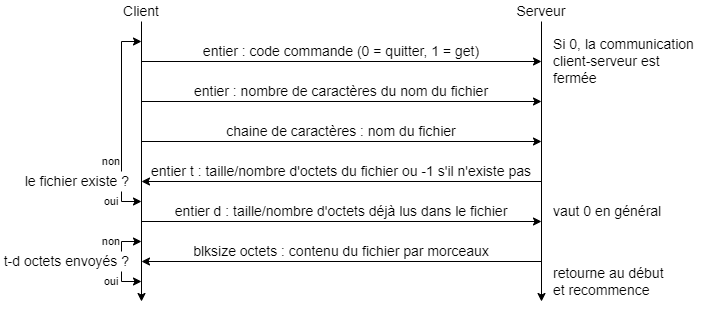
Above: protocolEtape2.drawio.png in Yalkann/ProjetFTP (draw.io), before the change. Source tidied: cells renumbered, new cells last; positions are measured from the earlier drawing's top-left corner, leaving out a move shared by most shapes. Its diagram source:
```xml
<mxGraphModel>
  <root>
    <mxCell id="0" />
    <mxCell id="1" parent="0" />
    <mxCell id="2" style="endArrow=none;html=1;rounded=0;entryX=0.5;entryY=1;entryDx=0;entryDy=0;endFill=0;startArrow=classic;startFill=1;" parent="1" edge="1" target="4">
      <mxGeometry relative="1" as="geometry">
        <mxPoint x="140" y="300" as="sourcePoint" />
        <Array as="points">
          <mxPoint x="140" y="300" />
        </Array>
      </mxGeometry>
    </mxCell>
    <mxCell id="3" style="endArrow=none;html=1;rounded=0;startArrow=classic;startFill=1;" parent="1" edge="1">
      <mxGeometry relative="1" as="geometry">
        <mxPoint x="540" y="300" as="sourcePoint" />
        <mxPoint x="540" y="20" as="targetPoint" />
      </mxGeometry>
    </mxCell>
    <mxCell id="4" value="&lt;font style=&quot;font-size: 14px;&quot;&gt;Client&lt;/font&gt;" style="text;html=1;strokeColor=none;fillColor=none;align=center;verticalAlign=middle;whiteSpace=wrap;rounded=0;fontSize=14;" parent="1" vertex="1">
      <mxGeometry x="110" width="60" height="20" as="geometry" />
    </mxCell>
    <mxCell id="5" value="&lt;font style=&quot;font-size: 14px;&quot;&gt;Serveur&lt;br style=&quot;font-size: 14px;&quot;&gt;&lt;/font&gt;" style="text;html=1;strokeColor=none;fillColor=none;align=center;verticalAlign=middle;whiteSpace=wrap;rounded=0;fontSize=14;" parent="1" vertex="1">
      <mxGeometry x="510" width="60" height="20" as="geometry" />
    </mxCell>
    <mxCell id="6" style="endArrow=classic;html=1;rounded=0;fontSize=14;" parent="1" edge="1">
      <mxGeometry relative="1" as="geometry">
        <mxPoint x="140" y="60" as="sourcePoint" />
        <mxPoint x="540" y="60" as="targetPoint" />
      </mxGeometry>
    </mxCell>
    <mxCell id="7" value="entier : code commande (0 = quitter, 1 = get)" style="text;html=1;strokeColor=none;fillColor=none;align=center;verticalAlign=middle;whiteSpace=wrap;rounded=0;fontSize=14;" parent="1" vertex="1">
      <mxGeometry x="140" y="40" width="400" height="20" as="geometry" />
    </mxCell>
    <mxCell id="8" style="endArrow=classic;html=1;rounded=0;fontSize=14;" parent="1" edge="1">
      <mxGeometry relative="1" as="geometry">
        <mxPoint x="140" y="100" as="sourcePoint" />
        <mxPoint x="540" y="100" as="targetPoint" />
      </mxGeometry>
    </mxCell>
    <mxCell id="9" value="entier : nombre de caractères du nom du fichier" style="text;html=1;strokeColor=none;fillColor=none;align=center;verticalAlign=middle;whiteSpace=wrap;rounded=0;fontSize=14;" parent="1" vertex="1">
      <mxGeometry x="140" y="80" width="400" height="20" as="geometry" />
    </mxCell>
    <mxCell id="10" style="endArrow=classic;html=1;rounded=0;fontSize=14;" parent="1" edge="1">
      <mxGeometry relative="1" as="geometry">
        <mxPoint x="140" y="140" as="sourcePoint" />
        <mxPoint x="540" y="140" as="targetPoint" />
      </mxGeometry>
    </mxCell>
    <mxCell id="11" value="chaine de caractères : nom du fichier" style="text;html=1;strokeColor=none;fillColor=none;align=center;verticalAlign=middle;whiteSpace=wrap;rounded=0;fontSize=14;" parent="1" vertex="1">
      <mxGeometry x="140" y="120" width="400" height="20" as="geometry" />
    </mxCell>
    <mxCell id="12" style="endArrow=classic;html=1;rounded=0;fontSize=14;" parent="1" edge="1">
      <mxGeometry relative="1" as="geometry">
        <mxPoint x="540" y="180" as="sourcePoint" />
        <mxPoint x="140" y="180" as="targetPoint" />
      </mxGeometry>
    </mxCell>
    <mxCell id="13" value="entier t : taille/nombre d'octets du fichier ou -1 s'il n'existe pas" style="text;html=1;strokeColor=none;fillColor=none;align=center;verticalAlign=middle;whiteSpace=wrap;rounded=0;fontSize=14;" parent="1" vertex="1">
      <mxGeometry x="140" y="160" width="400" height="20" as="geometry" />
    </mxCell>
    <mxCell id="14" style="endArrow=classic;html=1;rounded=0;fontSize=14;" parent="1" edge="1">
      <mxGeometry relative="1" as="geometry">
        <mxPoint x="540" y="260" as="sourcePoint" />
        <mxPoint x="140" y="260" as="targetPoint" />
      </mxGeometry>
    </mxCell>
    <mxCell id="15" value="le fichier existe ?" style="text;html=1;strokeColor=none;fillColor=none;align=right;verticalAlign=middle;whiteSpace=wrap;rounded=0;fontSize=14;" parent="1" vertex="1">
      <mxGeometry y="170" width="130" height="20" as="geometry" />
    </mxCell>
    <mxCell id="16" value="blksize octets : contenu du fichier par morceaux" style="text;html=1;strokeColor=none;fillColor=none;align=center;verticalAlign=middle;whiteSpace=wrap;rounded=0;fontSize=14;" parent="1" vertex="1">
      <mxGeometry x="140" y="240" width="400" height="20" as="geometry" />
    </mxCell>
    <mxCell id="17" style="endArrow=classic;html=1;rounded=0;fontSize=11;" parent="1" edge="1">
      <mxGeometry relative="1" as="geometry">
        <mxPoint x="140" y="220" as="sourcePoint" />
        <mxPoint x="540" y="220" as="targetPoint" />
      </mxGeometry>
    </mxCell>
    <mxCell id="18" style="endArrow=classic;html=1;rounded=0;fontSize=11;entryX=0;entryY=0;entryDx=0;entryDy=0;exitX=0.75;exitY=1;exitDx=0;exitDy=0;" parent="1" edge="1" source="19" target="7">
      <mxGeometry relative="1" as="geometry">
        <Array as="points">
          <mxPoint x="120" y="40" />
        </Array>
      </mxGeometry>
    </mxCell>
    <mxCell id="19" value="non" style="text;html=1;strokeColor=none;fillColor=none;align=center;verticalAlign=middle;whiteSpace=wrap;rounded=0;fontSize=11;" parent="1" vertex="1">
      <mxGeometry x="90" y="150" width="40" height="20" as="geometry" />
    </mxCell>
    <mxCell id="20" style="endArrow=classic;html=1;rounded=0;fontSize=11;entryX=0;entryY=0;entryDx=0;entryDy=0;exitX=0.75;exitY=0;exitDx=0;exitDy=0;" parent="1" edge="1" source="21" target="22">
      <mxGeometry relative="1" as="geometry">
        <Array as="points">
          <mxPoint x="120" y="200" />
        </Array>
      </mxGeometry>
    </mxCell>
    <mxCell id="21" value="oui" style="text;html=1;strokeColor=none;fillColor=none;align=center;verticalAlign=middle;whiteSpace=wrap;rounded=0;fontSize=11;" parent="1" vertex="1">
      <mxGeometry x="90" y="190" width="40" height="20" as="geometry" />
    </mxCell>
    <mxCell id="22" value="entier d : taille/nombre d'octets déjà lus dans le fichier" style="text;html=1;strokeColor=none;fillColor=none;align=center;verticalAlign=middle;whiteSpace=wrap;rounded=0;fontSize=14;" parent="1" vertex="1">
      <mxGeometry x="140" y="200" width="400" height="20" as="geometry" />
    </mxCell>
    <mxCell id="23" style="endArrow=classic;html=1;rounded=0;fontSize=11;exitX=0.75;exitY=0;exitDx=0;exitDy=0;" parent="1" edge="1" source="28">
      <mxGeometry relative="1" as="geometry">
        <mxPoint x="140" y="280" as="targetPoint" />
        <Array as="points">
          <mxPoint x="120" y="280" />
        </Array>
      </mxGeometry>
    </mxCell>
    <mxCell id="24" value="&lt;font style=&quot;font-size: 14px&quot;&gt;Si 0, la communication client-serveur est fermée&lt;/font&gt;" style="text;html=1;strokeColor=none;fillColor=none;align=left;verticalAlign=middle;whiteSpace=wrap;rounded=0;fontSize=14;" parent="1" vertex="1">
      <mxGeometry x="550" y="30" width="150" height="60" as="geometry" />
    </mxCell>
    <mxCell id="25" value="t-d octets envoyés ?" style="text;html=1;strokeColor=none;fillColor=none;align=right;verticalAlign=middle;whiteSpace=wrap;rounded=0;fontSize=14;" parent="1" vertex="1">
      <mxGeometry y="250" width="130" height="20" as="geometry" />
    </mxCell>
    <mxCell id="26" value="non" style="text;html=1;strokeColor=none;fillColor=none;align=center;verticalAlign=middle;whiteSpace=wrap;rounded=0;fontSize=11;" parent="1" vertex="1">
      <mxGeometry x="90" y="230" width="40" height="20" as="geometry" />
    </mxCell>
    <mxCell id="27" style="endArrow=classic;html=1;rounded=0;fontSize=11;entryX=0;entryY=0;entryDx=0;entryDy=0;" parent="1" edge="1" target="16">
      <mxGeometry relative="1" as="geometry">
        <mxPoint x="120" y="250" as="sourcePoint" />
        <Array as="points">
          <mxPoint x="120" y="240" />
        </Array>
      </mxGeometry>
    </mxCell>
    <mxCell id="28" value="oui" style="text;html=1;strokeColor=none;fillColor=none;align=center;verticalAlign=middle;whiteSpace=wrap;rounded=0;fontSize=11;" parent="1" vertex="1">
      <mxGeometry x="90" y="270" width="40" height="20" as="geometry" />
    </mxCell>
    <mxCell id="29" value="&lt;font style=&quot;font-size: 14px&quot;&gt;retourne au début et recommence&lt;/font&gt;" style="text;html=1;strokeColor=none;fillColor=none;align=left;verticalAlign=middle;whiteSpace=wrap;rounded=0;fontSize=11;" parent="1" vertex="1">
      <mxGeometry x="550" y="260" width="120" height="40" as="geometry" />
    </mxCell>
    <mxCell id="30" value="&lt;font style=&quot;font-size: 14px&quot;&gt;vaut 0 en général&lt;/font&gt;" style="text;html=1;strokeColor=none;fillColor=none;align=left;verticalAlign=middle;whiteSpace=wrap;rounded=0;fontSize=11;" parent="1" vertex="1">
      <mxGeometry x="550" y="200" width="150" height="20" as="geometry" />
    </mxCell>
  </root>
</mxGraphModel>
```
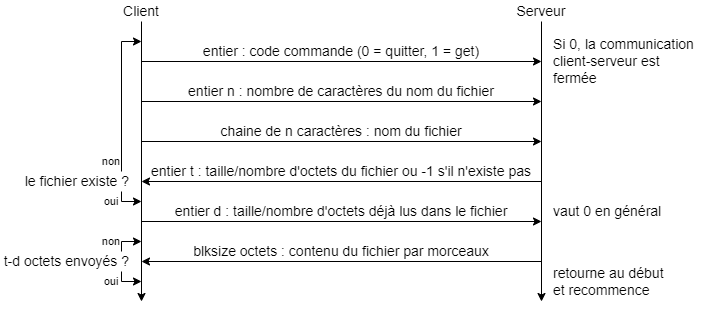
Above is the later version.

What changed in the source:
```diff
@@ -37,7 +37,7 @@
         <mxPoint x="540" y="100" as="targetPoint" />
       </mxGeometry>
     </mxCell>
-    <mxCell id="9" value="entier : nombre de caractères du nom du fichier" style="text;html=1;strokeColor=none;fillColor=none;align=center;verticalAlign=middle;whiteSpace=wrap;rounded=0;fontSize=14;" parent="1" vertex="1">
+    <mxCell id="9" value="entier n : nombre de caractères du nom du fichier" style="text;html=1;strokeColor=none;fillColor=none;align=center;verticalAlign=middle;whiteSpace=wrap;rounded=0;fontSize=14;" parent="1" vertex="1">
       <mxGeometry x="140" y="80" width="400" height="20" as="geometry" />
     </mxCell>
     <mxCell id="10" style="endArrow=classic;html=1;rounded=0;fontSize=14;" parent="1" edge="1">
@@ -46,7 +46,7 @@
         <mxPoint x="540" y="140" as="targetPoint" />
       </mxGeometry>
     </mxCell>
-    <mxCell id="11" value="chaine de caractères : nom du fichier" style="text;html=1;strokeColor=none;fillColor=none;align=center;verticalAlign=middle;whiteSpace=wrap;rounded=0;fontSize=14;" parent="1" vertex="1">
+    <mxCell id="11" value="chaine de n caractères : nom du fichier" style="text;html=1;strokeColor=none;fillColor=none;align=center;verticalAlign=middle;whiteSpace=wrap;rounded=0;fontSize=14;" parent="1" vertex="1">
       <mxGeometry x="140" y="120" width="400" height="20" as="geometry" />
     </mxCell>
     <mxCell id="12" style="endArrow=classic;html=1;rounded=0;fontSize=14;" parent="1" edge="1">
```
